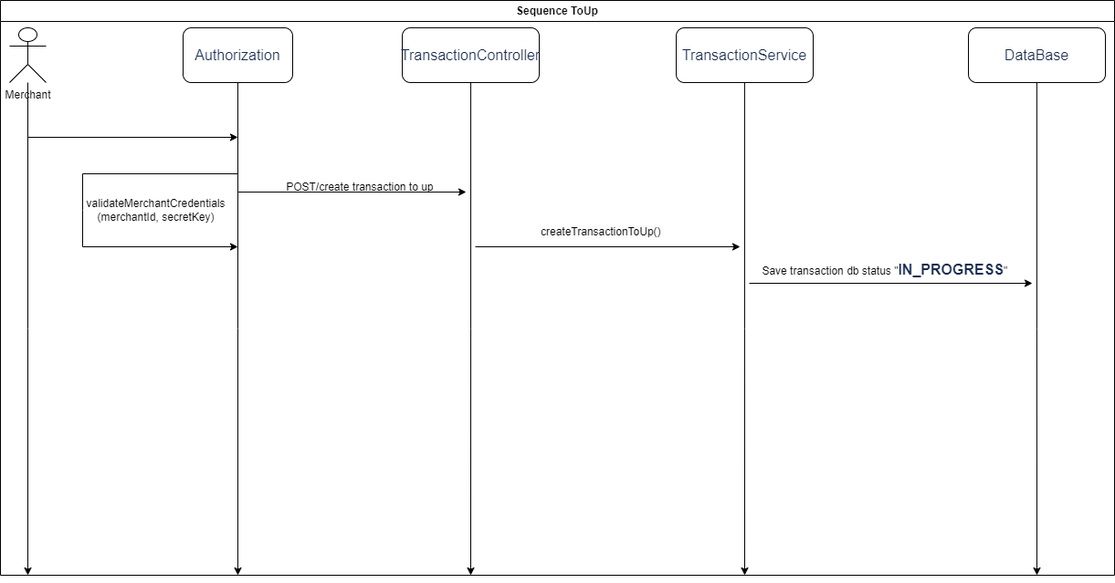
Above: src/main/resources/SequenceToUp.png in 554455/FakePaymentProvider (draw.io), before the change. Source tidied: cells renumbered, new cells last; positions are measured from the earlier drawing's top-left corner, leaving out a move shared by most shapes. Source of this version:
```xml
<mxGraphModel>
  <root>
    <mxCell id="0" />
    <mxCell id="1" parent="0" />
    <mxCell id="2" style="edgeStyle=orthogonalEdgeStyle;rounded=0;jettySize=auto;html=1;" parent="1" edge="1" source="3">
      <mxGeometry relative="1" as="geometry">
        <mxPoint x="30" y="630" as="targetPoint" />
      </mxGeometry>
    </mxCell>
    <mxCell id="3" value="Merchant" style="shape=umlActor;verticalLabelPosition=bottom;verticalAlign=top;html=1;outlineConnect=0;" parent="1" vertex="1">
      <mxGeometry x="10" y="30" width="40" height="60" as="geometry" />
    </mxCell>
    <mxCell id="4" style="edgeStyle=orthogonalEdgeStyle;rounded=0;jettySize=auto;html=1;" parent="1" edge="1" source="5">
      <mxGeometry relative="1" as="geometry">
        <mxPoint x="260" y="630" as="targetPoint" />
      </mxGeometry>
    </mxCell>
    <mxCell id="5" value="&lt;span id=&quot;docs-internal-guid-a9b365a5-7fff-fbb6-c31a-f1ebf513543c&quot;&gt;&lt;span style=&quot;font-size: 12pt; font-family: Arial, sans-serif; color: rgb(23, 43, 77); background-color: transparent; font-variant-numeric: normal; font-variant-east-asian: normal; font-variant-alternates: normal; font-variant-position: normal; vertical-align: baseline; white-space-collapse: preserve;&quot;&gt;Authorization&lt;/span&gt;&lt;/span&gt;" style="rounded=1;whiteSpace=wrap;html=1;" parent="1" vertex="1">
      <mxGeometry x="200" y="30" width="120" height="60" as="geometry" />
    </mxCell>
    <mxCell id="6" style="endArrow=classic;html=1;rounded=0;" parent="1" edge="1">
      <mxGeometry relative="1" as="geometry">
        <mxPoint x="30" y="150" as="sourcePoint" />
        <mxPoint x="260" y="150" as="targetPoint" />
      </mxGeometry>
    </mxCell>
    <mxCell id="7" value="validateMerchantCredentials&lt;div&gt;(merchantId, secretKey)&lt;/div&gt;" style="text;html=1;align=center;verticalAlign=middle;strokeColor=none;fillColor=none;" parent="1" vertex="1">
      <mxGeometry x="80" y="210" width="180" height="40" as="geometry" />
    </mxCell>
    <mxCell id="8" style="endArrow=classic;html=1;rounded=0;" parent="1" edge="1">
      <mxGeometry relative="1" as="geometry">
        <mxPoint x="260" y="190" as="sourcePoint" />
        <mxPoint x="260" y="270" as="targetPoint" />
        <Array as="points">
          <mxPoint x="90" y="190" />
          <mxPoint x="90" y="230" />
          <mxPoint x="90" y="270" />
        </Array>
      </mxGeometry>
    </mxCell>
    <mxCell id="9" style="edgeStyle=orthogonalEdgeStyle;rounded=0;jettySize=auto;html=1;" parent="1" edge="1" source="10">
      <mxGeometry relative="1" as="geometry">
        <mxPoint x="515" y="630" as="targetPoint" />
      </mxGeometry>
    </mxCell>
    <mxCell id="10" value="&lt;font face=&quot;Arial, sans-serif&quot; color=&quot;#172b4d&quot;&gt;&lt;span style=&quot;font-size: 16px; white-space-collapse: preserve;&quot;&gt;TransactionController&lt;/span&gt;&lt;/font&gt;" style="rounded=1;whiteSpace=wrap;html=1;" parent="1" vertex="1">
      <mxGeometry x="440" y="30" width="150" height="60" as="geometry" />
    </mxCell>
    <mxCell id="11" style="endArrow=classic;html=1;rounded=0;" parent="1" edge="1">
      <mxGeometry relative="1" as="geometry">
        <mxPoint x="260" y="210" as="sourcePoint" />
        <mxPoint x="510" y="210" as="targetPoint" />
      </mxGeometry>
    </mxCell>
    <mxCell id="12" value="POST/create transaction to up&amp;nbsp;" style="text;html=1;align=center;verticalAlign=middle;strokeColor=none;fillColor=none;" parent="1" vertex="1">
      <mxGeometry x="300" y="190" width="190" height="30" as="geometry" />
    </mxCell>
    <mxCell id="13" style="edgeStyle=orthogonalEdgeStyle;rounded=0;jettySize=auto;html=1;" parent="1" edge="1" source="14">
      <mxGeometry relative="1" as="geometry">
        <mxPoint x="815" y="630" as="targetPoint" />
      </mxGeometry>
    </mxCell>
    <mxCell id="14" value="&lt;font face=&quot;Arial, sans-serif&quot; color=&quot;#172b4d&quot;&gt;&lt;span style=&quot;font-size: 16px; white-space-collapse: preserve;&quot;&gt;TransactionService&lt;/span&gt;&lt;/font&gt;" style="rounded=1;whiteSpace=wrap;html=1;" parent="1" vertex="1">
      <mxGeometry x="740" y="30" width="150" height="60" as="geometry" />
    </mxCell>
    <mxCell id="15" style="endArrow=classic;html=1;rounded=0;" parent="1" edge="1">
      <mxGeometry relative="1" as="geometry">
        <mxPoint x="520" y="270" as="sourcePoint" />
        <mxPoint x="810" y="270" as="targetPoint" />
      </mxGeometry>
    </mxCell>
    <mxCell id="16" value="&lt;span style=&quot;color: rgb(0, 0, 0); font-family: Helvetica; font-size: 12px; font-style: normal; font-variant-ligatures: normal; font-variant-caps: normal; font-weight: 400; letter-spacing: normal; orphans: 2; text-align: center; text-indent: 0px; text-transform: none; widows: 2; word-spacing: 0px; -webkit-text-stroke-width: 0px; white-space: nowrap; background-color: rgb(251, 251, 251); text-decoration-thickness: initial; text-decoration-style: initial; text-decoration-color: initial; display: inline !important; float: none;&quot;&gt;createTransactionToUp()&amp;nbsp;&lt;/span&gt;" style="text;whiteSpace=wrap;html=1;" parent="1" vertex="1">
      <mxGeometry x="590" y="240" width="160" height="40" as="geometry" />
    </mxCell>
    <mxCell id="17" style="edgeStyle=orthogonalEdgeStyle;rounded=0;jettySize=auto;html=1;" parent="1" edge="1" source="18">
      <mxGeometry relative="1" as="geometry">
        <mxPoint x="1135" y="630" as="targetPoint" />
      </mxGeometry>
    </mxCell>
    <mxCell id="18" value="&lt;font face=&quot;Arial, sans-serif&quot; color=&quot;#172b4d&quot;&gt;&lt;span style=&quot;font-size: 16px; white-space-collapse: preserve;&quot;&gt;DataBase&lt;/span&gt;&lt;/font&gt;" style="rounded=1;whiteSpace=wrap;html=1;" parent="1" vertex="1">
      <mxGeometry x="1060" y="30" width="150" height="60" as="geometry" />
    </mxCell>
    <mxCell id="19" style="endArrow=classic;html=1;rounded=0;" parent="1" edge="1">
      <mxGeometry relative="1" as="geometry">
        <mxPoint x="820" y="310" as="sourcePoint" />
        <mxPoint x="1130" y="310" as="targetPoint" />
      </mxGeometry>
    </mxCell>
    <mxCell id="20" value="Save transaction db status &quot;&lt;span id=&quot;docs-internal-guid-c24e3a20-7fff-c267-d867-9344651e8d35&quot;&gt;&lt;span style=&quot;font-size: 12pt; font-family: Arial, sans-serif; color: rgb(23, 43, 77); background-color: transparent; font-weight: 700; font-variant-numeric: normal; font-variant-east-asian: normal; font-variant-alternates: normal; font-variant-position: normal; vertical-align: baseline; white-space: pre-wrap;&quot;&gt;IN_PROGRESS&lt;/span&gt;&lt;/span&gt;&quot;&amp;nbsp;" style="text;html=1;align=center;verticalAlign=middle;strokeColor=none;fillColor=none;" parent="1" vertex="1">
      <mxGeometry x="820" y="280" width="300" height="30" as="geometry" />
    </mxCell>
    <mxCell id="21" value="Sequence ToUp" style="swimlane;whiteSpace=wrap;html=1;" parent="1" vertex="1">
      <mxGeometry width="1220" height="630" as="geometry" />
    </mxCell>
  </root>
</mxGraphModel>
```
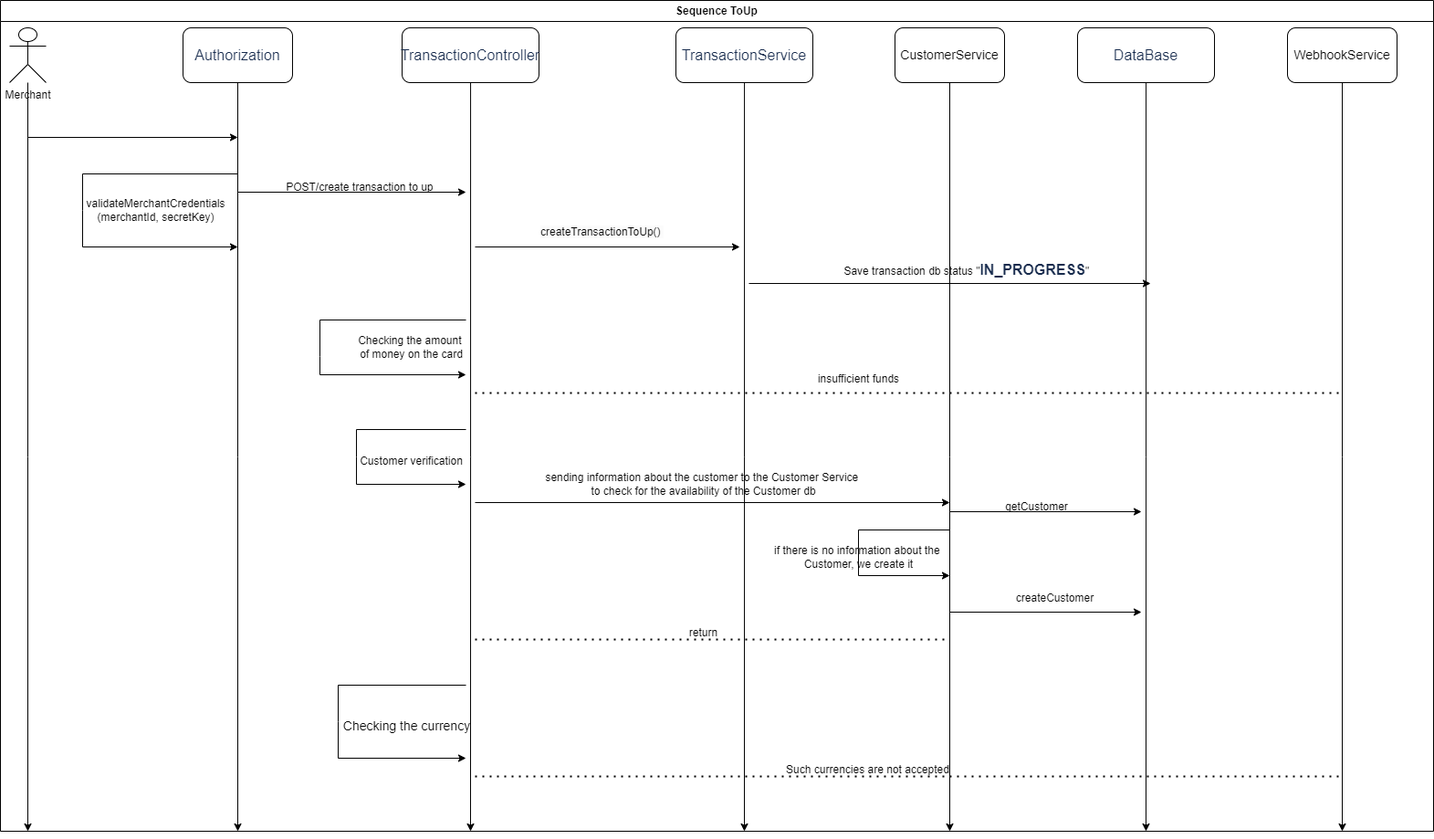
After the change.

Diff of the diagram source:
```diff
@@ -4,7 +4,7 @@
     <mxCell id="1" parent="0" />
     <mxCell id="2" style="edgeStyle=orthogonalEdgeStyle;rounded=0;jettySize=auto;html=1;" parent="1" edge="1" source="3">
       <mxGeometry relative="1" as="geometry">
-        <mxPoint x="30" y="630" as="targetPoint" />
+        <mxPoint x="30" y="910" as="targetPoint" />
       </mxGeometry>
     </mxCell>
     <mxCell id="3" value="Merchant" style="shape=umlActor;verticalLabelPosition=bottom;verticalAlign=top;html=1;outlineConnect=0;" parent="1" vertex="1">
@@ -12,7 +12,7 @@
     </mxCell>
     <mxCell id="4" style="edgeStyle=orthogonalEdgeStyle;rounded=0;jettySize=auto;html=1;" parent="1" edge="1" source="5">
       <mxGeometry relative="1" as="geometry">
-        <mxPoint x="260" y="630" as="targetPoint" />
+        <mxPoint x="260" y="910" as="targetPoint" />
       </mxGeometry>
     </mxCell>
     <mxCell id="5" value="&lt;span id=&quot;docs-internal-guid-a9b365a5-7fff-fbb6-c31a-f1ebf513543c&quot;&gt;&lt;span style=&quot;font-size: 12pt; font-family: Arial, sans-serif; color: rgb(23, 43, 77); background-color: transparent; font-variant-numeric: normal; font-variant-east-asian: normal; font-variant-alternates: normal; font-variant-position: normal; vertical-align: baseline; white-space-collapse: preserve;&quot;&gt;Authorization&lt;/span&gt;&lt;/span&gt;" style="rounded=1;whiteSpace=wrap;html=1;" parent="1" vertex="1">
@@ -40,7 +40,7 @@
     </mxCell>
     <mxCell id="9" style="edgeStyle=orthogonalEdgeStyle;rounded=0;jettySize=auto;html=1;" parent="1" edge="1" source="10">
       <mxGeometry relative="1" as="geometry">
-        <mxPoint x="515" y="630" as="targetPoint" />
+        <mxPoint x="515" y="910" as="targetPoint" />
       </mxGeometry>
     </mxCell>
     <mxCell id="10" value="&lt;font face=&quot;Arial, sans-serif&quot; color=&quot;#172b4d&quot;&gt;&lt;span style=&quot;font-size: 16px; white-space-collapse: preserve;&quot;&gt;TransactionController&lt;/span&gt;&lt;/font&gt;" style="rounded=1;whiteSpace=wrap;html=1;" parent="1" vertex="1">
@@ -57,7 +57,7 @@
     </mxCell>
     <mxCell id="13" style="edgeStyle=orthogonalEdgeStyle;rounded=0;jettySize=auto;html=1;" parent="1" edge="1" source="14">
       <mxGeometry relative="1" as="geometry">
-        <mxPoint x="815" y="630" as="targetPoint" />
+        <mxPoint x="815" y="910" as="targetPoint" />
       </mxGeometry>
     </mxCell>
     <mxCell id="14" value="&lt;font face=&quot;Arial, sans-serif&quot; color=&quot;#172b4d&quot;&gt;&lt;span style=&quot;font-size: 16px; white-space-collapse: preserve;&quot;&gt;TransactionService&lt;/span&gt;&lt;/font&gt;" style="rounded=1;whiteSpace=wrap;html=1;" parent="1" vertex="1">
@@ -72,25 +72,151 @@
     <mxCell id="16" value="&lt;span style=&quot;color: rgb(0, 0, 0); font-family: Helvetica; font-size: 12px; font-style: normal; font-variant-ligatures: normal; font-variant-caps: normal; font-weight: 400; letter-spacing: normal; orphans: 2; text-align: center; text-indent: 0px; text-transform: none; widows: 2; word-spacing: 0px; -webkit-text-stroke-width: 0px; white-space: nowrap; background-color: rgb(251, 251, 251); text-decoration-thickness: initial; text-decoration-style: initial; text-decoration-color: initial; display: inline !important; float: none;&quot;&gt;createTransactionToUp()&amp;nbsp;&lt;/span&gt;" style="text;whiteSpace=wrap;html=1;" parent="1" vertex="1">
       <mxGeometry x="590" y="240" width="160" height="40" as="geometry" />
     </mxCell>
+    <mxCell id="19" style="endArrow=classic;html=1;rounded=0;" parent="1" edge="1">
+      <mxGeometry relative="1" as="geometry">
+        <mxPoint x="820" y="310" as="sourcePoint" />
+        <mxPoint x="1260" y="310" as="targetPoint" />
+      </mxGeometry>
+    </mxCell>
+    <mxCell id="21" value="Sequence ToUp" style="swimlane;whiteSpace=wrap;html=1;" parent="1" vertex="1">
+      <mxGeometry width="1570" height="910" as="geometry" />
+    </mxCell>
+    <mxCell id="22" value="Checking the amount&amp;nbsp;&lt;div&gt;of money on the card&lt;/div&gt;" style="text;html=1;align=center;verticalAlign=middle;strokeColor=none;fillColor=none;" parent="21" vertex="1">
+      <mxGeometry x="380" y="360" width="140" height="40" as="geometry" />
+    </mxCell>
+    <mxCell id="23" value="insufficient funds" style="text;html=1;align=center;verticalAlign=middle;strokeColor=none;fillColor=none;" parent="21" vertex="1">
+      <mxGeometry x="885" y="400" width="110" height="30" as="geometry" />
+    </mxCell>
+    <mxCell id="24" style="endArrow=classic;html=1;rounded=0;" parent="21" edge="1">
+      <mxGeometry relative="1" as="geometry">
+        <mxPoint x="510" y="350" as="sourcePoint" />
+        <mxPoint x="510" y="410" as="targetPoint" />
+        <Array as="points">
+          <mxPoint x="350" y="350" />
+          <mxPoint x="350" y="390" />
+          <mxPoint x="350" y="410" />
+        </Array>
+      </mxGeometry>
+    </mxCell>
+    <mxCell id="25" value="Сustomer verification" style="text;html=1;align=center;verticalAlign=middle;strokeColor=none;fillColor=none;" parent="21" vertex="1">
+      <mxGeometry x="380" y="490" width="140" height="30" as="geometry" />
+    </mxCell>
+    <mxCell id="26" style="endArrow=classic;html=1;rounded=0;" parent="21" edge="1">
+      <mxGeometry relative="1" as="geometry">
+        <mxPoint x="1040" y="560" as="sourcePoint" />
+        <mxPoint x="1250" y="560" as="targetPoint" />
+      </mxGeometry>
+    </mxCell>
+    <mxCell id="27" value="getCustomer" style="text;html=1;align=center;verticalAlign=middle;strokeColor=none;fillColor=none;" parent="21" vertex="1">
+      <mxGeometry x="1090" y="540" width="90" height="30" as="geometry" />
+    </mxCell>
+    <mxCell id="28" style="endArrow=classic;html=1;rounded=0;" parent="21" edge="1">
+      <mxGeometry relative="1" as="geometry">
+        <mxPoint x="1040" y="580" as="sourcePoint" />
+        <mxPoint x="1040" y="630" as="targetPoint" />
+        <Array as="points">
+          <mxPoint x="940" y="580" />
+          <mxPoint x="940" y="600" />
+          <mxPoint x="940" y="630" />
+        </Array>
+      </mxGeometry>
+    </mxCell>
+    <mxCell id="29" value="createCustomer" style="text;html=1;align=center;verticalAlign=middle;strokeColor=none;fillColor=none;" parent="21" vertex="1">
+      <mxGeometry x="1100" y="640" width="110" height="30" as="geometry" />
+    </mxCell>
+    <mxCell id="30" style="endArrow=none;dashed=1;html=1;dashPattern=1 3;strokeWidth=2;rounded=0;" parent="21" edge="1">
+      <mxGeometry relative="1" as="geometry">
+        <mxPoint x="520" y="430" as="sourcePoint" />
+        <mxPoint x="1470" y="430" as="targetPoint" />
+      </mxGeometry>
+    </mxCell>
+    <mxCell id="31" style="endArrow=classic;html=1;rounded=0;" parent="21" edge="1">
+      <mxGeometry relative="1" as="geometry">
+        <mxPoint x="510" y="470" as="sourcePoint" />
+        <mxPoint x="510" y="530" as="targetPoint" />
+        <Array as="points">
+          <mxPoint x="390" y="470" />
+          <mxPoint x="390" y="500" />
+          <mxPoint x="390" y="530" />
+        </Array>
+      </mxGeometry>
+    </mxCell>
+    <mxCell id="32" value="sending information about the customer to the Customer Service&amp;nbsp;&lt;div&gt;to check for the availability of the Customer db&lt;/div&gt;" style="text;html=1;align=center;verticalAlign=middle;strokeColor=none;fillColor=none;" parent="21" vertex="1">
+      <mxGeometry x="585" y="510" width="370" height="40" as="geometry" />
+    </mxCell>
+    <mxCell id="33" value="if there is no information about the&amp;nbsp;&lt;div&gt;Customer, we create it&lt;/div&gt;" style="text;html=1;align=center;verticalAlign=middle;strokeColor=none;fillColor=none;" parent="21" vertex="1">
+      <mxGeometry x="835" y="590" width="210" height="40" as="geometry" />
+    </mxCell>
+    <mxCell id="34" style="endArrow=none;dashed=1;html=1;dashPattern=1 3;strokeWidth=2;rounded=0;" parent="21" edge="1">
+      <mxGeometry relative="1" as="geometry">
+        <mxPoint x="520" y="700" as="sourcePoint" />
+        <mxPoint x="1040" y="700" as="targetPoint" />
+      </mxGeometry>
+    </mxCell>
+    <mxCell id="35" value="return" style="text;html=1;align=center;verticalAlign=middle;strokeColor=none;fillColor=none;" parent="21" vertex="1">
+      <mxGeometry x="745" y="678" width="50" height="30" as="geometry" />
+    </mxCell>
+    <mxCell id="18" value="&lt;font face=&quot;Arial, sans-serif&quot; color=&quot;#172b4d&quot;&gt;&lt;span style=&quot;font-size: 16px; white-space-collapse: preserve;&quot;&gt;DataBase&lt;/span&gt;&lt;/font&gt;" style="rounded=1;whiteSpace=wrap;html=1;" parent="21" vertex="1">
+      <mxGeometry x="1180" y="30" width="150" height="60" as="geometry" />
+    </mxCell>
-    <mxCell id="17" style="edgeStyle=orthogonalEdgeStyle;rounded=0;jettySize=auto;html=1;" parent="1" edge="1" source="18">
+    <mxCell id="17" style="edgeStyle=orthogonalEdgeStyle;rounded=0;jettySize=auto;html=1;" parent="21" edge="1" source="18">
       <mxGeometry relative="1" as="geometry">
-        <mxPoint x="1135" y="630" as="targetPoint" />
+        <mxPoint x="1255" y="910" as="targetPoint" />
       </mxGeometry>
     </mxCell>
-    <mxCell id="18" value="&lt;font face=&quot;Arial, sans-serif&quot; color=&quot;#172b4d&quot;&gt;&lt;span style=&quot;font-size: 16px; white-space-collapse: preserve;&quot;&gt;DataBase&lt;/span&gt;&lt;/font&gt;" style="rounded=1;whiteSpace=wrap;html=1;" parent="1" vertex="1">
-      <mxGeometry x="1060" y="30" width="150" height="60" as="geometry" />
-    </mxCell>
-    <mxCell id="19" style="endArrow=classic;html=1;rounded=0;" parent="1" edge="1">
-      <mxGeometry relative="1" as="geometry">
-        <mxPoint x="820" y="310" as="sourcePoint" />
-        <mxPoint x="1130" y="310" as="targetPoint" />
-      </mxGeometry>
-    </mxCell>
-    <mxCell id="20" value="Save transaction db status &quot;&lt;span id=&quot;docs-internal-guid-c24e3a20-7fff-c267-d867-9344651e8d35&quot;&gt;&lt;span style=&quot;font-size: 12pt; font-family: Arial, sans-serif; color: rgb(23, 43, 77); background-color: transparent; font-weight: 700; font-variant-numeric: normal; font-variant-east-asian: normal; font-variant-alternates: normal; font-variant-position: normal; vertical-align: baseline; white-space: pre-wrap;&quot;&gt;IN_PROGRESS&lt;/span&gt;&lt;/span&gt;&quot;&amp;nbsp;" style="text;html=1;align=center;verticalAlign=middle;strokeColor=none;fillColor=none;" parent="1" vertex="1">
-      <mxGeometry x="820" y="280" width="300" height="30" as="geometry" />
+    <mxCell id="20" value="Save transaction db status &quot;&lt;span id=&quot;docs-internal-guid-c24e3a20-7fff-c267-d867-9344651e8d35&quot;&gt;&lt;span style=&quot;font-size: 12pt; font-family: Arial, sans-serif; color: rgb(23, 43, 77); background-color: transparent; font-weight: 700; font-variant-numeric: normal; font-variant-east-asian: normal; font-variant-alternates: normal; font-variant-position: normal; vertical-align: baseline; white-space: pre-wrap;&quot;&gt;IN_PROGRESS&lt;/span&gt;&lt;/span&gt;&quot;&amp;nbsp;" style="text;html=1;align=center;verticalAlign=middle;strokeColor=none;fillColor=none;" parent="21" vertex="1">
+      <mxGeometry x="910" y="280" width="300" height="30" as="geometry" />
     </mxCell>
-    <mxCell id="21" value="Sequence ToUp" style="swimlane;whiteSpace=wrap;html=1;" parent="1" vertex="1">
-      <mxGeometry width="1220" height="630" as="geometry" />
-    </mxCell>
+    <mxCell id="36" style="edgeStyle=orthogonalEdgeStyle;rounded=0;jettySize=auto;html=1;" parent="21" edge="1" source="37">
+      <mxGeometry relative="1" as="geometry">
+        <mxPoint x="1040" y="910" as="targetPoint" />
+      </mxGeometry>
+    </mxCell>
+    <mxCell id="37" value="&lt;font style=&quot;font-size: 14px;&quot;&gt;CustomerService&lt;/font&gt;" style="rounded=1;whiteSpace=wrap;html=1;" parent="21" vertex="1">
+      <mxGeometry x="980" y="30" width="120" height="60" as="geometry" />
+    </mxCell>
+    <mxCell id="38" style="edgeStyle=orthogonalEdgeStyle;rounded=0;jettySize=auto;html=1;" parent="21" edge="1" source="39">
+      <mxGeometry relative="1" as="geometry">
+        <mxPoint x="1470" y="910" as="targetPoint" />
+      </mxGeometry>
+    </mxCell>
+    <mxCell id="39" value="&lt;font style=&quot;font-size: 14px;&quot;&gt;WebhookService&lt;/font&gt;" style="rounded=1;whiteSpace=wrap;html=1;" parent="21" vertex="1">
+      <mxGeometry x="1410" y="30" width="120" height="60" as="geometry" />
+    </mxCell>
+    <mxCell id="40" style="endArrow=classic;html=1;rounded=0;" parent="21" edge="1">
+      <mxGeometry relative="1" as="geometry">
+        <mxPoint x="510" y="750" as="sourcePoint" />
+        <mxPoint x="510" y="830" as="targetPoint" />
+        <Array as="points">
+          <mxPoint x="370" y="750" />
+          <mxPoint x="370" y="790" />
+          <mxPoint x="370" y="830" />
+        </Array>
+      </mxGeometry>
+    </mxCell>
+    <mxCell id="41" value="&lt;font style=&quot;font-size: 14px;&quot;&gt;Checking the currency&lt;/font&gt;" style="text;html=1;align=center;verticalAlign=middle;strokeColor=none;fillColor=none;" parent="21" vertex="1">
+      <mxGeometry x="365" y="780" width="160" height="30" as="geometry" />
+    </mxCell>
+    <mxCell id="42" style="endArrow=none;dashed=1;html=1;dashPattern=1 3;strokeWidth=2;rounded=0;" parent="21" edge="1">
+      <mxGeometry relative="1" as="geometry">
+        <mxPoint x="520" y="850" as="sourcePoint" />
+        <mxPoint x="1470" y="850" as="targetPoint" />
+      </mxGeometry>
+    </mxCell>
+    <mxCell id="43" style="endArrow=classic;html=1;rounded=0;" parent="1" edge="1">
+      <mxGeometry relative="1" as="geometry">
+        <mxPoint x="520" y="550" as="sourcePoint" />
+        <mxPoint x="1040" y="550" as="targetPoint" />
+      </mxGeometry>
+    </mxCell>
+    <mxCell id="44" style="endArrow=classic;html=1;rounded=0;" parent="1" edge="1">
+      <mxGeometry relative="1" as="geometry">
+        <mxPoint x="1040" y="670" as="sourcePoint" />
+        <mxPoint x="1250" y="670" as="targetPoint" />
+      </mxGeometry>
+    </mxCell>
+    <mxCell id="45" value="Such currencies are not accepted" style="text;html=1;align=center;verticalAlign=middle;strokeColor=none;fillColor=none;" parent="1" vertex="1">
+      <mxGeometry x="850" y="828" width="200" height="30" as="geometry" />
+    </mxCell>
   </root>
 </mxGraphModel>
```
